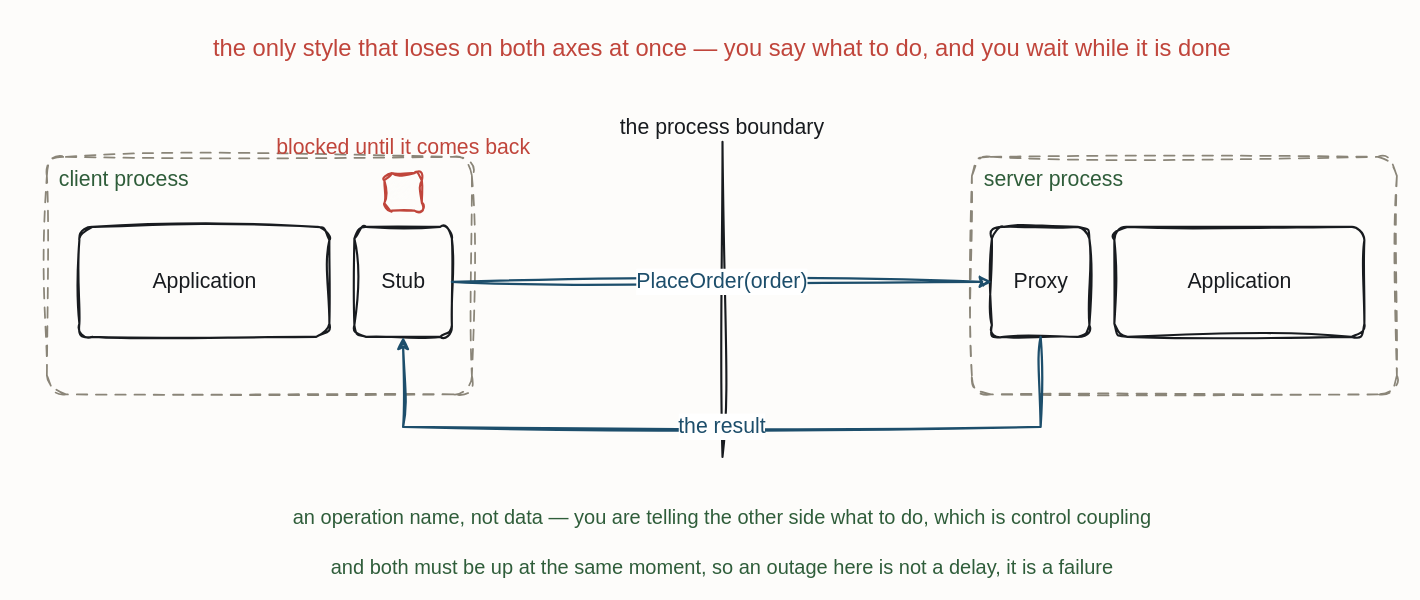
Above: resources/style-rpc.drawio in iancooper/practical-messaging (draw.io), before the change. Source tidied: cells renumbered, new cells numbered last; positions are measured from the earlier drawing's top-left corner, leaving out a move shared by most shapes. Both pictures are drawn from the tidied source at 125%, with x=0, y=0 at pixel (46, 26).
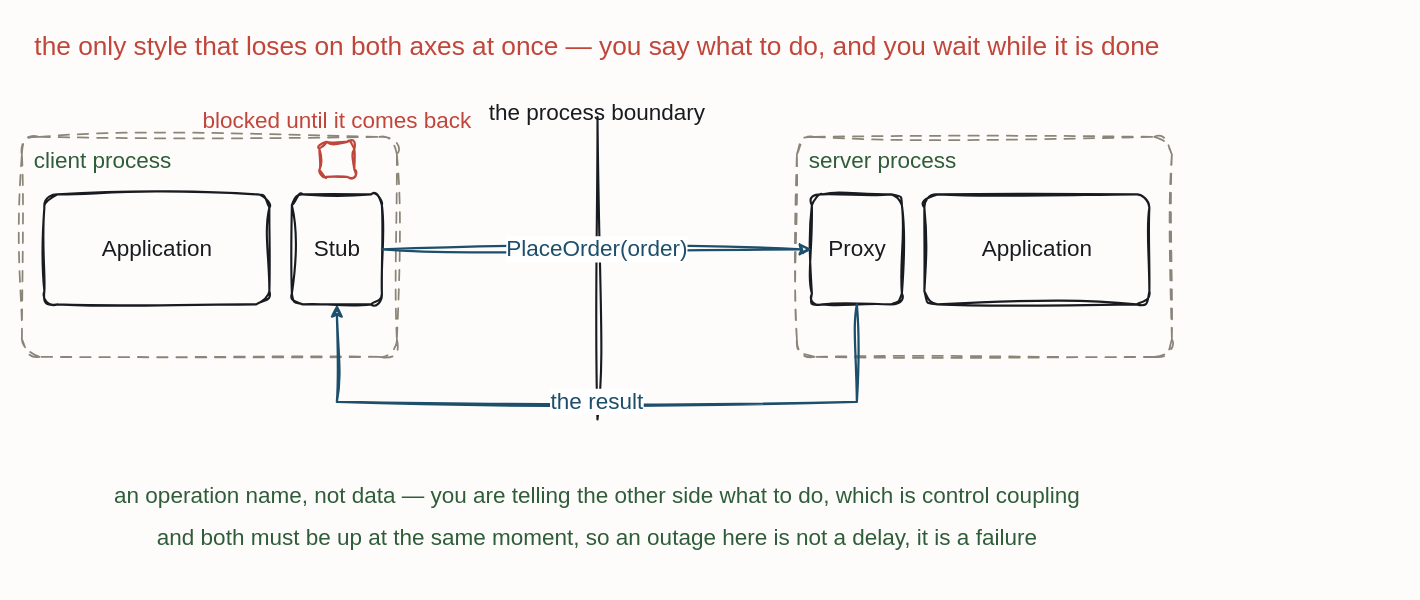
After the change.

Diff of the diagram source:
```diff
@@
 <mxGraphModel background="#FDFCFA">
   <root>
     <mxCell id="0" />
     <mxCell id="1" parent="0" />
-    <mxCell id="2" value="client process" style="sketch=1;hachureGap=4;jiggle=2;curveFitting=1;fontFamily=Caveat;html=1;rounded=1;arcSize=8;verticalAlign=top;align=left;spacingLeft=8;spacingTop=2;fillColor=none;strokeColor=#8A8578;strokeWidth=1.4;fontColor=#2F5D3A;fontSize=17;dashed=1;dashPattern=6 5;" parent="1" vertex="1">
-      <mxGeometry y="104" width="340" height="190" as="geometry" />
+    <mxCell id="2" value="client process" style="sketch=1;hachureGap=4;jiggle=2;curveFitting=1;fontFamily=Caveat;html=1;rounded=1;arcSize=8;verticalAlign=top;align=left;spacingLeft=8;spacingTop=2;fillColor=none;strokeColor=#8A8578;strokeWidth=1.4;fontColor=#2F5D3A;fontSize=18;dashed=1;dashPattern=6 5;" parent="1" vertex="1">
+      <mxGeometry x="-20" y="88" width="300" height="176" as="geometry" />
     </mxCell>
-    <mxCell id="3" value="server process" style="sketch=1;hachureGap=4;jiggle=2;curveFitting=1;fontFamily=Caveat;html=1;rounded=1;arcSize=8;verticalAlign=top;align=left;spacingLeft=8;spacingTop=2;fillColor=none;strokeColor=#8A8578;strokeWidth=1.4;fontColor=#2F5D3A;fontSize=17;dashed=1;dashPattern=6 5;" parent="1" vertex="1">
-      <mxGeometry x="740" y="104" width="340" height="190" as="geometry" />
+    <mxCell id="3" value="server process" style="sketch=1;hachureGap=4;jiggle=2;curveFitting=1;fontFamily=Caveat;html=1;rounded=1;arcSize=8;verticalAlign=top;align=left;spacingLeft=8;spacingTop=2;fillColor=none;strokeColor=#8A8578;strokeWidth=1.4;fontColor=#2F5D3A;fontSize=18;dashed=1;dashPattern=6 5;" parent="1" vertex="1">
+      <mxGeometry x="600" y="88" width="300" height="176" as="geometry" />
     </mxCell>
-    <mxCell id="4" value="the only style that loses on both axes at once — you say what to do, and you wait while it is done" style="text;html=1;align=center;fontFamily=Caveat;fontSize=19;fontColor=#C0453B;" parent="1" vertex="1">
-      <mxGeometry x="480" width="120" height="20" as="geometry" />
+    <mxCell id="4" value="the only style that loses on both axes at once — you say what to do, and you wait while it is done" style="text;html=1;align=center;fontFamily=Caveat;fontSize=21;fontColor=#C0453B;" parent="1" vertex="1">
+      <mxGeometry x="380" y="-4" width="120" height="20" as="geometry" />
     </mxCell>
-    <mxCell id="5" value="the process boundary" style="text;html=1;align=center;fontFamily=Caveat;fontSize=17;fontColor=#181B1F;" parent="1" vertex="1">
-      <mxGeometry x="480" y="64" width="120" height="20" as="geometry" />
+    <mxCell id="5" value="the process boundary" style="text;html=1;align=center;fontFamily=Caveat;fontSize=18;fontColor=#181B1F;" parent="1" vertex="1">
+      <mxGeometry x="380" y="52" width="120" height="20" as="geometry" />
     </mxCell>
     <mxCell id="6" style="sketch=1;hachureGap=4;jiggle=2;curveFitting=1;fontFamily=Caveat;html=1;shape=line;direction=north;strokeColor=#181B1F;strokeWidth=1.7;fillColor=none;fontColor=#181B1F;fontSize=13;" parent="1" vertex="1">
-      <mxGeometry x="540" y="92" width="1" height="252" as="geometry" />
+      <mxGeometry x="440" y="72" width="1" height="242" as="geometry" />
     </mxCell>
-    <mxCell id="7" value="Application" style="sketch=1;hachureGap=4;jiggle=2;curveFitting=1;fontFamily=Caveat;html=1;rounded=1;arcSize=12;strokeColor=#181B1F;strokeWidth=1.7;fillColor=none;fontColor=#181B1F;fontSize=17;" parent="1" vertex="1">
-      <mxGeometry x="26" y="160" width="200" height="88" as="geometry" />
+    <mxCell id="7" value="Application" style="sketch=1;hachureGap=4;jiggle=2;curveFitting=1;fontFamily=Caveat;html=1;rounded=1;arcSize=12;strokeColor=#181B1F;strokeWidth=1.7;fillColor=none;fontColor=#181B1F;fontSize=18;" parent="1" vertex="1">
+      <mxGeometry x="-2" y="134" width="180" height="88" as="geometry" />
     </mxCell>
-    <mxCell id="8" value="Stub" style="sketch=1;hachureGap=4;jiggle=2;curveFitting=1;fontFamily=Caveat;html=1;rounded=1;arcSize=12;strokeColor=#181B1F;strokeWidth=1.7;fillColor=none;fontColor=#181B1F;fontSize=17;" parent="1" vertex="1">
-      <mxGeometry x="246" y="160" width="78" height="88" as="geometry" />
+    <mxCell id="8" value="Stub" style="sketch=1;hachureGap=4;jiggle=2;curveFitting=1;fontFamily=Caveat;html=1;rounded=1;arcSize=12;strokeColor=#181B1F;strokeWidth=1.7;fillColor=none;fontColor=#181B1F;fontSize=18;" parent="1" vertex="1">
+      <mxGeometry x="196" y="134" width="72" height="88" as="geometry" />
     </mxCell>
-    <mxCell id="9" value="Proxy" style="sketch=1;hachureGap=4;jiggle=2;curveFitting=1;fontFamily=Caveat;html=1;rounded=1;arcSize=12;strokeColor=#181B1F;strokeWidth=1.7;fillColor=none;fontColor=#181B1F;fontSize=17;" parent="1" vertex="1">
-      <mxGeometry x="756" y="160" width="78" height="88" as="geometry" />
+    <mxCell id="9" value="Proxy" style="sketch=1;hachureGap=4;jiggle=2;curveFitting=1;fontFamily=Caveat;html=1;rounded=1;arcSize=12;strokeColor=#181B1F;strokeWidth=1.7;fillColor=none;fontColor=#181B1F;fontSize=18;" parent="1" vertex="1">
+      <mxGeometry x="612" y="134" width="72" height="88" as="geometry" />
     </mxCell>
-    <mxCell id="10" value="Application" style="sketch=1;hachureGap=4;jiggle=2;curveFitting=1;fontFamily=Caveat;html=1;rounded=1;arcSize=12;strokeColor=#181B1F;strokeWidth=1.7;fillColor=none;fontColor=#181B1F;fontSize=17;" parent="1" vertex="1">
-      <mxGeometry x="854" y="160" width="200" height="88" as="geometry" />
+    <mxCell id="10" value="Application" style="sketch=1;hachureGap=4;jiggle=2;curveFitting=1;fontFamily=Caveat;html=1;rounded=1;arcSize=12;strokeColor=#181B1F;strokeWidth=1.7;fillColor=none;fontColor=#181B1F;fontSize=18;" parent="1" vertex="1">
+      <mxGeometry x="702" y="134" width="180" height="88" as="geometry" />
     </mxCell>
     <mxCell id="11" style="sketch=1;hachureGap=4;jiggle=2;curveFitting=1;fontFamily=Caveat;html=1;rounded=1;arcSize=20;verticalLabelPosition=bottom;verticalAlign=top;strokeColor=#C0453B;strokeWidth=1.7;fillColor=#FDFCFA;fontColor=#C0453B;fontSize=12;" parent="1" vertex="1">
-      <mxGeometry x="270" y="117" width="30" height="30" as="geometry" />
+      <mxGeometry x="218" y="92" width="28" height="28" as="geometry" />
     </mxCell>
-    <mxCell id="12" value="blocked until it comes back" style="text;html=1;align=center;fontFamily=Caveat;fontSize=17;fontColor=#C0453B;" parent="1" vertex="1">
-      <mxGeometry x="225" y="80" width="120" height="20" as="geometry" />
+    <mxCell id="12" value="blocked until it comes back" style="text;html=1;align=center;fontFamily=Caveat;fontSize=18;fontColor=#C0453B;" parent="1" vertex="1">
+      <mxGeometry x="172" y="58" width="120" height="20" as="geometry" />
     </mxCell>
-    <mxCell id="13" value="an operation name, not data — you are telling the other side what to do, which is control coupling" style="text;html=1;align=center;fontFamily=Caveat;fontSize=16;fontColor=#2F5D3A;" parent="1" vertex="1">
-      <mxGeometry x="480" y="376" width="120" height="20" as="geometry" />
+    <mxCell id="13" value="an operation name, not data — you are telling the other side what to do, which is control coupling" style="text;html=1;align=center;fontFamily=Caveat;fontSize=18;fontColor=#2F5D3A;" parent="1" vertex="1">
+      <mxGeometry x="380" y="358" width="120" height="20" as="geometry" />
     </mxCell>
-    <mxCell id="14" value="and both must be up at the same moment, so an outage here is not a delay, it is a failure" style="text;html=1;align=center;fontFamily=Caveat;fontSize=16;fontColor=#2F5D3A;" parent="1" vertex="1">
-      <mxGeometry x="480" y="416" width="120" height="20" as="geometry" />
+    <mxCell id="14" value="and both must be up at the same moment, so an outage here is not a delay, it is a failure" style="text;html=1;align=center;fontFamily=Caveat;fontSize=18;fontColor=#2F5D3A;" parent="1" vertex="1">
+      <mxGeometry x="380" y="392" width="120" height="20" as="geometry" />
     </mxCell>
-    <mxCell id="15" value="PlaceOrder(order)" style="sketch=1;jiggle=2;curveFitting=1;edgeStyle=none;rounded=0;strokeColor=#1D4E6B;strokeWidth=1.8;fontFamily=Caveat;fontSize=17;fontColor=#1D4E6B;html=1;" parent="1" edge="1" source="8" target="9">
+    <mxCell id="15" value="PlaceOrder(order)" style="sketch=1;jiggle=2;curveFitting=1;edgeStyle=none;rounded=0;strokeColor=#1D4E6B;strokeWidth=1.8;fontFamily=Caveat;fontSize=18;fontColor=#1D4E6B;html=1;" parent="1" edge="1" source="8" target="9">
       <mxGeometry relative="1" as="geometry" />
     </mxCell>
-    <mxCell id="16" value="the result" style="sketch=1;jiggle=2;curveFitting=1;edgeStyle=none;rounded=0;strokeColor=#1D4E6B;strokeWidth=1.8;fontFamily=Caveat;fontSize=17;fontColor=#1D4E6B;html=1;exitX=0.5;exitY=1.0;exitDx=0;exitDy=0;entryX=0.5;entryY=1.0;entryDx=0;entryDy=0;" parent="1" edge="1" source="9" target="8">
+    <mxCell id="16" value="the result" style="sketch=1;jiggle=2;curveFitting=1;edgeStyle=none;rounded=0;strokeColor=#1D4E6B;strokeWidth=1.8;fontFamily=Caveat;fontSize=18;fontColor=#1D4E6B;html=1;exitX=0.5;exitY=1.0;exitDx=0;exitDy=0;entryX=0.5;entryY=1.0;entryDx=0;entryDy=0;" parent="1" edge="1" source="9" target="8">
       <mxGeometry relative="1" as="geometry">
         <Array as="points">
-          <mxPoint x="795" y="320" />
-          <mxPoint x="285" y="320" />
+          <mxPoint x="648" y="300" />
+          <mxPoint x="232" y="300" />
         </Array>
       </mxGeometry>
     </mxCell>
   </root>
 </mxGraphModel>
```
